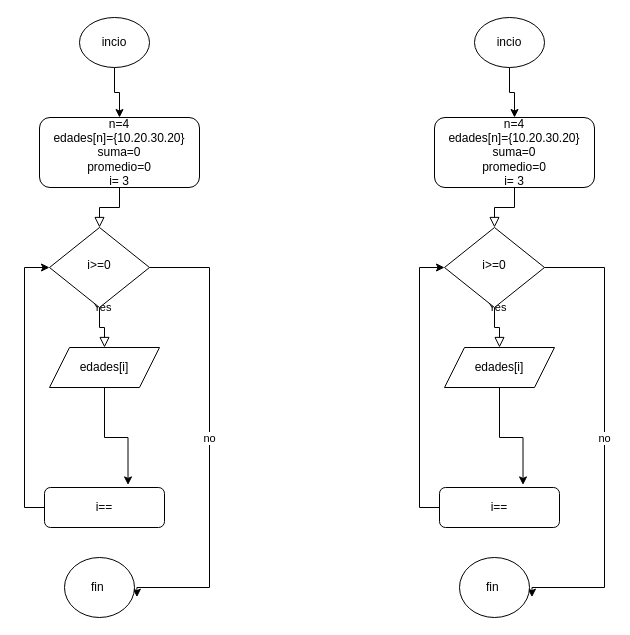
Earlier version of the draw.io diagram Untitled Diagram.drawio (CARINSE/nodejs-mongodb-crud). Source tidied: cells renumbered, new cells numbered last; positions are measured from the earlier drawing's top-left corner, leaving out a move shared by most shapes. Both pictures are drawn from the tidied source at 100%, with x=0, y=0 at pixel (39, 17).
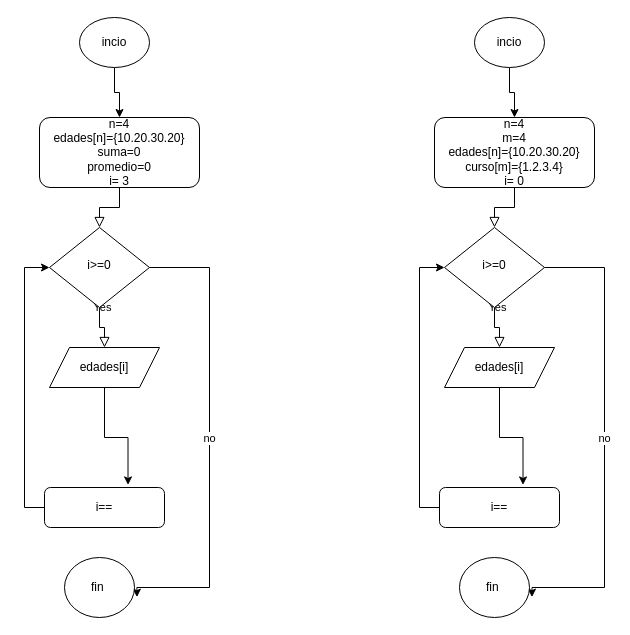
The same page after the edit.

Change to the diagram source:
```diff
@@
-    <mxCell id="15" value="n=4&lt;br&gt;edades[n]={10.20.30.20}&lt;br&gt;suma=0&lt;br&gt;promedio=0&lt;br&gt;i= 3" style="rounded=1;whiteSpace=wrap;html=1;fontSize=12;glass=0;strokeWidth=1;shadow=0;" parent="1" vertex="1">
+    <mxCell id="15" value="n=4&lt;br&gt;m=4&lt;br&gt;edades[n]={10.20.30.20}&lt;br&gt;curso[m]={1.2.3.4}&lt;br&gt;i= 0" style="rounded=1;whiteSpace=wrap;html=1;fontSize=12;glass=0;strokeWidth=1;shadow=0;" parent="1" vertex="1">
       <mxGeometry x="395" y="100" width="160" height="70" as="geometry" />
     </mxCell>
```
